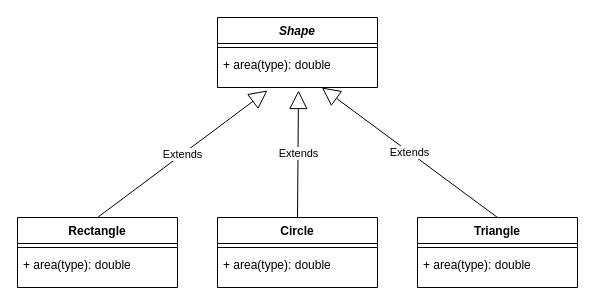
This is shapes.drawio from XX3-OOP-archive/07_AbstractClasses, a draw.io file, before an edit. Source tidied: cells renumbered, new cells numbered last; positions are measured from the earlier drawing's top-left corner, leaving out a move shared by most shapes. Both pictures are drawn from the tidied source at 100%, with x=0, y=0 at pixel (17, 17).
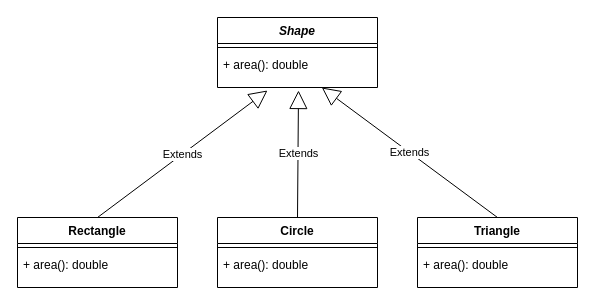
Above is the later version.

Diff of the diagram source:
```diff
@@
 <mxGraphModel>
   <root>
     <mxCell id="0" />
     <mxCell id="1" parent="0" />
     <mxCell id="2" value="Shape" style="swimlane;fontStyle=3;align=center;verticalAlign=top;horizontal=1;startSize=26;" parent="1" vertex="1">
       <mxGeometry x="200" width="160" height="70" as="geometry" />
     </mxCell>
     <mxCell id="3" style="line;strokeWidth=1;fillColor=none;align=left;verticalAlign=middle;spacingTop=-1;spacingLeft=3;spacingRight=3;labelPosition=right;" parent="2" vertex="1">
       <mxGeometry y="26" width="160" height="8" as="geometry" />
     </mxCell>
-    <mxCell id="4" value="+ area(type): double" style="text;strokeColor=none;fillColor=none;align=left;verticalAlign=top;spacingLeft=4;spacingRight=4;overflow=hidden;points=[[0,0.5],[1,0.5]];portConstraint=eastwest;" parent="2" vertex="1">
+    <mxCell id="4" value="+ area(): double" style="text;strokeColor=none;fillColor=none;align=left;verticalAlign=top;spacingLeft=4;spacingRight=4;overflow=hidden;points=[[0,0.5],[1,0.5]];portConstraint=eastwest;" parent="2" vertex="1">
       <mxGeometry y="34" width="160" height="36" as="geometry" />
     </mxCell>
     <mxCell id="5" value="Rectangle" style="swimlane;fontStyle=1;align=center;verticalAlign=top;horizontal=1;startSize=26;" parent="1" vertex="1">
       <mxGeometry y="200" width="160" height="70" as="geometry" />
     </mxCell>
     <mxCell id="6" style="line;strokeWidth=1;fillColor=none;align=left;verticalAlign=middle;spacingTop=-1;spacingLeft=3;spacingRight=3;labelPosition=right;" parent="5" vertex="1">
       <mxGeometry y="26" width="160" height="8" as="geometry" />
     </mxCell>
-    <mxCell id="7" value="+ area(type): double" style="text;strokeColor=none;fillColor=none;align=left;verticalAlign=top;spacingLeft=4;spacingRight=4;overflow=hidden;" parent="5" vertex="1">
+    <mxCell id="7" value="+ area(): double" style="text;strokeColor=none;fillColor=none;align=left;verticalAlign=top;spacingLeft=4;spacingRight=4;overflow=hidden;" parent="5" vertex="1">
       <mxGeometry y="34" width="160" height="36" as="geometry" />
     </mxCell>
     <mxCell id="8" value="Circle" style="swimlane;fontStyle=1;align=center;verticalAlign=top;horizontal=1;startSize=26;" parent="1" vertex="1">
       <mxGeometry x="200" y="200" width="160" height="70" as="geometry" />
     </mxCell>
     <mxCell id="9" style="line;strokeWidth=1;fillColor=none;align=left;verticalAlign=middle;spacingTop=-1;spacingLeft=3;spacingRight=3;labelPosition=right;" parent="8" vertex="1">
       <mxGeometry y="26" width="160" height="8" as="geometry" />
     </mxCell>
-    <mxCell id="10" value="+ area(type): double" style="text;strokeColor=none;fillColor=none;align=left;verticalAlign=top;spacingLeft=4;spacingRight=4;overflow=hidden;" parent="8" vertex="1">
+    <mxCell id="10" value="+ area(): double" style="text;strokeColor=none;fillColor=none;align=left;verticalAlign=top;spacingLeft=4;spacingRight=4;overflow=hidden;" parent="8" vertex="1">
       <mxGeometry y="34" width="160" height="36" as="geometry" />
     </mxCell>
     <mxCell id="11" value="Triangle" style="swimlane;fontStyle=1;align=center;verticalAlign=top;horizontal=1;startSize=26;" parent="1" vertex="1">
       <mxGeometry x="400" y="200" width="160" height="70" as="geometry" />
     </mxCell>
     <mxCell id="12" style="line;strokeWidth=1;fillColor=none;align=left;verticalAlign=middle;spacingTop=-1;spacingLeft=3;spacingRight=3;labelPosition=right;" parent="11" vertex="1">
       <mxGeometry y="26" width="160" height="8" as="geometry" />
     </mxCell>
-    <mxCell id="13" value="+ area(type): double" style="text;strokeColor=none;fillColor=none;align=left;verticalAlign=top;spacingLeft=4;spacingRight=4;overflow=hidden;" parent="11" vertex="1">
+    <mxCell id="13" value="+ area(): double" style="text;strokeColor=none;fillColor=none;align=left;verticalAlign=top;spacingLeft=4;spacingRight=4;overflow=hidden;" parent="11" vertex="1">
       <mxGeometry y="34" width="160" height="36" as="geometry" />
     </mxCell>
     <mxCell id="14" value="Extends" style="endArrow=block;endSize=16;endFill=0;html=1;exitX=0.5;exitY=0;exitDx=0;exitDy=0;" parent="1" edge="1" source="5">
       <mxGeometry relative="1" as="geometry">
         <mxPoint x="250" y="73" as="targetPoint" />
       </mxGeometry>
     </mxCell>
     <mxCell id="15" value="Extends" style="endArrow=block;endSize=16;endFill=0;html=1;exitX=0.5;exitY=0;exitDx=0;exitDy=0;" parent="1" edge="1" source="8">
       <mxGeometry relative="1" as="geometry">
         <mxPoint x="281" y="73" as="targetPoint" />
       </mxGeometry>
     </mxCell>
     <mxCell id="16" value="Extends" style="endArrow=block;endSize=16;endFill=0;html=1;exitX=0.5;exitY=0;exitDx=0;exitDy=0;" parent="1" edge="1" source="11" target="4">
       <mxGeometry relative="1" as="geometry" />
     </mxCell>
   </root>
 </mxGraphModel>
```
